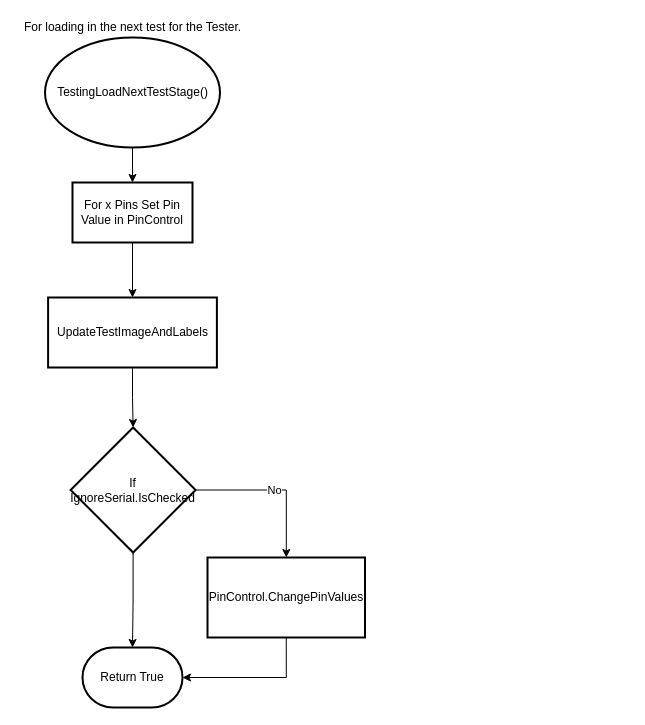
Above: page "Test_Tab" (2 of 4) of Computer_App/Load_Test_Tab.drawio in calebschmurr/AUNA_Test_Box (draw.io), before the change. Source tidied: cells renumbered, new cells numbered last; positions are measured from the earlier drawing's top-left corner, leaving out a move shared by most shapes. Both pictures are drawn from the tidied source at 100%, with x=0, y=0 at pixel (17, 17).
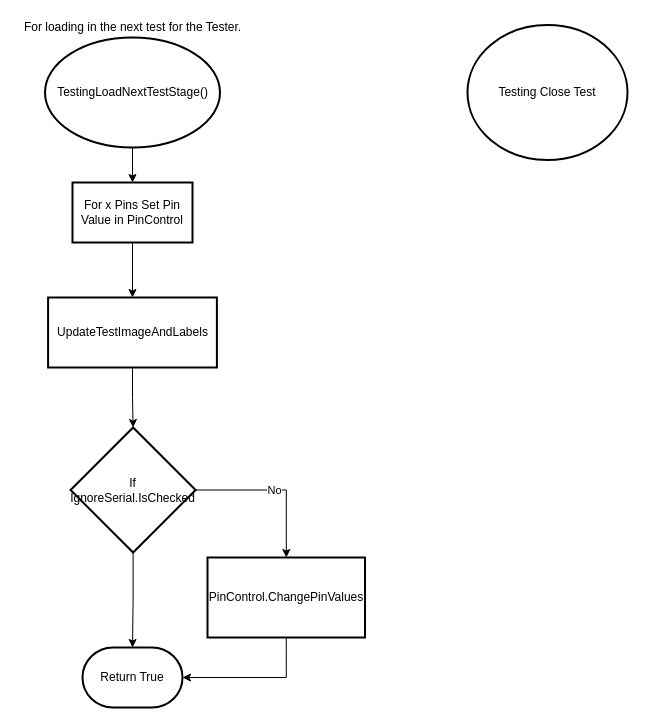
The same page after the edit.

What changed in the source:
```diff
@@
 <mxGraphModel>
   <root>
     <mxCell id="0" />
     <mxCell id="1" parent="0" />
     <mxCell id="2" style="edgeStyle=orthogonalEdgeStyle;rounded=0;jettySize=auto;html=1;" parent="1" edge="1" source="3" target="11">
       <mxGeometry relative="1" as="geometry" />
     </mxCell>
     <mxCell id="3" value="TestingLoadNextTestStage()" style="strokeWidth=2;html=1;shape=mxgraph.flowchart.start_2;whiteSpace=wrap;" parent="1" vertex="1">
       <mxGeometry x="27.5" y="20" width="175" height="110" as="geometry" />
     </mxCell>
     <mxCell id="4" value="For loading in the next test for the Tester." style="text;html=1;align=center;verticalAlign=middle;" parent="1" vertex="1">
       <mxGeometry width="230" height="20" as="geometry" />
     </mxCell>
     <mxCell id="5" value="No" style="edgeStyle=orthogonalEdgeStyle;rounded=0;jettySize=auto;html=1;" parent="1" edge="1" source="7" target="9">
       <mxGeometry relative="1" as="geometry" />
     </mxCell>
     <mxCell id="6" style="edgeStyle=orthogonalEdgeStyle;rounded=0;jettySize=auto;html=1;exitX=0.5;exitY=1;exitDx=0;exitDy=0;entryX=0.5;entryY=0;entryDx=0;entryDy=0;entryPerimeter=0;" parent="1" edge="1" source="7" target="14">
       <mxGeometry relative="1" as="geometry" />
     </mxCell>
     <mxCell id="7" value="If IgnoreSerial.IsChecked" style="rhombus;whiteSpace=wrap;html=1;strokeWidth=2;" parent="1" vertex="1">
       <mxGeometry x="53.1" y="410" width="125" height="125" as="geometry" />
     </mxCell>
     <mxCell id="8" style="edgeStyle=orthogonalEdgeStyle;rounded=0;jettySize=auto;html=1;exitX=0.5;exitY=1;exitDx=0;exitDy=0;entryX=1;entryY=0.5;entryDx=0;entryDy=0;entryPerimeter=0;" parent="1" edge="1" source="9" target="14">
       <mxGeometry relative="1" as="geometry" />
     </mxCell>
     <mxCell id="9" value="PinControl.ChangePinValues" style="whiteSpace=wrap;html=1;strokeWidth=2;" parent="1" vertex="1">
       <mxGeometry x="190" y="540" width="157.5" height="80" as="geometry" />
     </mxCell>
     <mxCell id="10" style="edgeStyle=orthogonalEdgeStyle;rounded=0;jettySize=auto;html=1;" parent="1" edge="1" source="11" target="13">
       <mxGeometry relative="1" as="geometry" />
     </mxCell>
     <mxCell id="11" value="For x Pins Set Pin Value in PinControl" style="whiteSpace=wrap;html=1;strokeWidth=2;" parent="1" vertex="1">
       <mxGeometry x="55" y="165" width="120" height="60" as="geometry" />
     </mxCell>
     <mxCell id="12" style="edgeStyle=orthogonalEdgeStyle;rounded=0;jettySize=auto;html=1;entryX=0.5;entryY=0;entryDx=0;entryDy=0;" parent="1" edge="1" source="13" target="7">
       <mxGeometry relative="1" as="geometry" />
     </mxCell>
     <mxCell id="13" value="UpdateTestImageAndLabels" style="whiteSpace=wrap;html=1;strokeWidth=2;" parent="1" vertex="1">
       <mxGeometry x="30.6" y="280" width="168.8" height="70" as="geometry" />
     </mxCell>
     <mxCell id="14" value="Return True" style="strokeWidth=2;html=1;shape=mxgraph.flowchart.terminator;whiteSpace=wrap;" parent="1" vertex="1">
       <mxGeometry x="65" y="630" width="100" height="60" as="geometry" />
     </mxCell>
+    <mxCell id="15" value="Testing Close Test" style="strokeWidth=2;html=1;shape=mxgraph.flowchart.start_2;whiteSpace=wrap;" parent="1" vertex="1">
+      <mxGeometry x="450" y="7.5" width="160" height="135" as="geometry" />
+    </mxCell>
   </root>
 </mxGraphModel>
```
